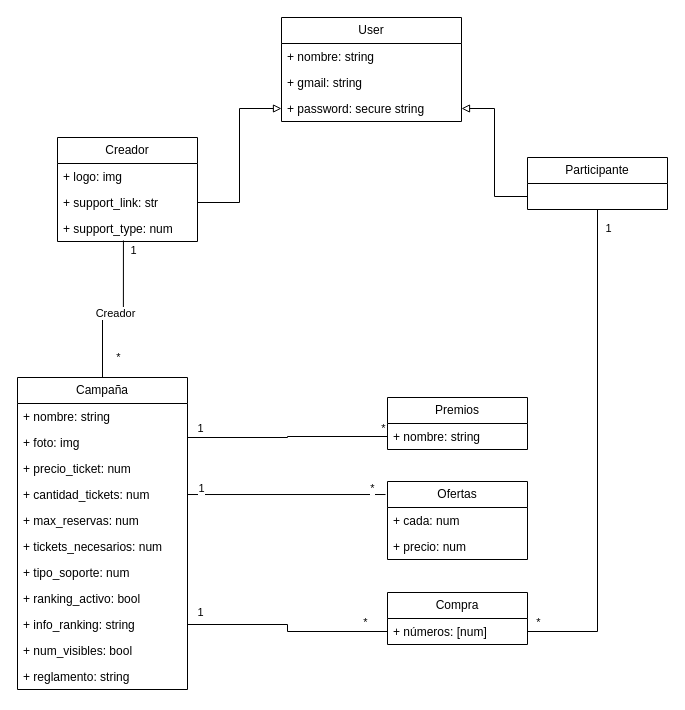
This is BackEnd.drawio from david-fm/rifa, a draw.io file, before an edit. Source tidied: cells renumbered, new cells numbered last; positions are measured from the earlier drawing's top-left corner, leaving out a move shared by most shapes. Both pictures are drawn from the tidied source at 100%, with x=0, y=0 at pixel (17, 17).
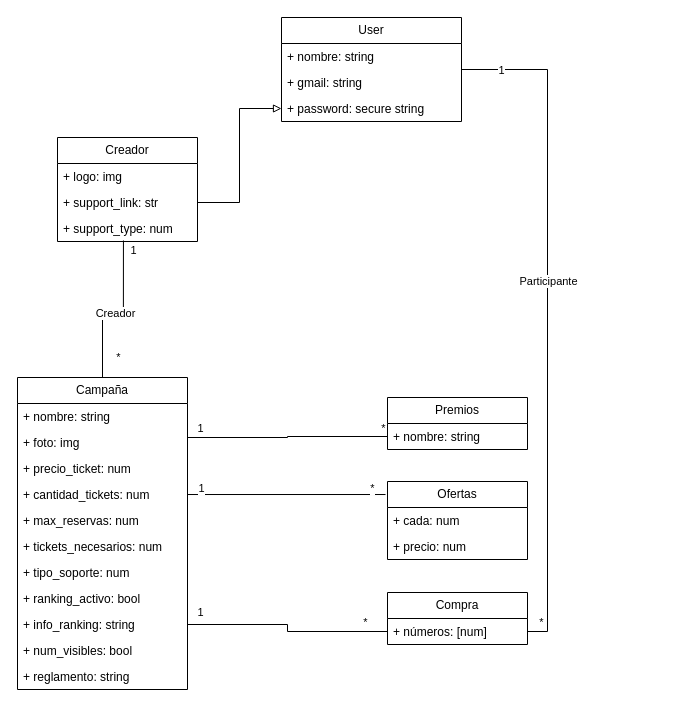
After the change.

Unchanged cells that the change refers to:
```xml
<mxCell id="6" value="User" style="swimlane;fontStyle=0;horizontal=1;startSize=26;fillColor=none;whiteSpace=wrap;html=1;" parent="1" vertex="1">
  <mxGeometry x="264" width="180" height="104" as="geometry" />
</mxCell>
<mxCell id="9" value="+ password: secure string" style="text;strokeColor=none;fillColor=none;align=left;verticalAlign=top;spacingLeft=4;spacingRight=4;overflow=hidden;points=[[0,0.5],[1,0.5]];portConstraint=eastwest;whiteSpace=wrap;html=1;" parent="6" vertex="1">
  <mxGeometry y="78" width="180" height="26" as="geometry" />
</mxCell>
<mxCell id="34" value="+ números: [num]" style="text;strokeColor=none;fillColor=none;align=left;verticalAlign=top;spacingLeft=4;spacingRight=4;overflow=hidden;points=[[0,0.5],[1,0.5]];portConstraint=eastwest;whiteSpace=wrap;html=1;" parent="33" vertex="1">
  <mxGeometry y="26" width="140" height="26" as="geometry" />
</mxCell>
```

Change to the diagram source:
```diff
@@
-    <mxCell id="42" style="edgeStyle=orthogonalEdgeStyle;rounded=0;jettySize=auto;html=1;entryX=1;entryY=0.5;entryDx=0;entryDy=0;endArrow=none;endFill=0;" parent="1" edge="1" source="45" target="34">
-      <mxGeometry relative="1" as="geometry" />
+    <mxCell id="42" style="edgeStyle=orthogonalEdgeStyle;rounded=0;jettySize=auto;html=1;entryX=1;entryY=0.5;entryDx=0;entryDy=0;endArrow=none;endFill=0;" parent="1" edge="1" source="6" target="34">
+      <mxGeometry relative="1" as="geometry">
+        <Array as="points">
+          <mxPoint x="530" y="52" />
+          <mxPoint x="530" y="614" />
+        </Array>
+      </mxGeometry>
     </mxCell>
@@
-    <mxCell id="45" value="Participante" style="swimlane;fontStyle=0;horizontal=1;startSize=26;fillColor=none;whiteSpace=wrap;html=1;" parent="1" vertex="1">
-      <mxGeometry x="510" y="140" width="140" height="52" as="geometry" />
+    <mxCell id="45" value="Participante" style="edgeLabel;html=1;align=center;verticalAlign=middle;points=[];" parent="42" vertex="1">
+      <mxGeometry x="-0.11" relative="1" as="geometry" />
     </mxCell>
@@
-    <mxCell id="47" style="edgeStyle=orthogonalEdgeStyle;rounded=0;jettySize=auto;html=1;entryX=1;entryY=0.5;entryDx=0;entryDy=0;endArrow=block;endFill=0;exitX=0;exitY=0.75;exitDx=0;exitDy=0;" parent="1" edge="1" source="45" target="9">
-      <mxGeometry relative="1" as="geometry" />
-    </mxCell>
```
